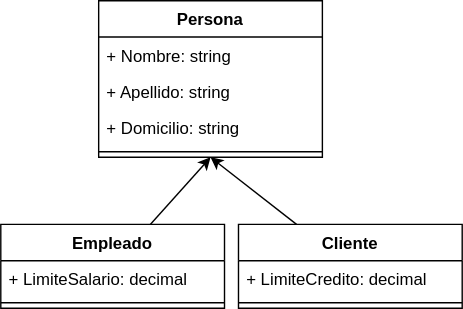
ChengLeonardo/Cheng_Leonardo_Laboratorio2024 keeps this draw.io diagram as Actividad6/Biblioteca/Empresa.drawio.svg. Above is the earlier version. Source tidied: cells renumbered, new cells last; positions are measured from the earlier drawing's top-left corner, leaving out a move shared by most shapes.
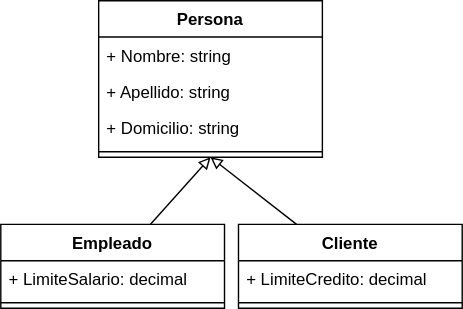
The same diagram one commit later.

Diff of the diagram source:
```diff
@@ -2,7 +2,7 @@
   <root>
     <mxCell id="0" />
     <mxCell id="1" parent="0" />
-    <mxCell id="2" style="edgeStyle=none;html=1;entryX=0.5;entryY=1;entryDx=0;entryDy=0;" parent="1" edge="1" source="3" target="10">
+    <mxCell id="2" style="edgeStyle=none;html=1;entryX=0.5;entryY=1;entryDx=0;entryDy=0;endArrow=block;endFill=0;" parent="1" edge="1" source="3" target="10">
       <mxGeometry relative="1" as="geometry" />
     </mxCell>
     <mxCell id="3" value="Cliente" style="swimlane;fontStyle=1;align=center;verticalAlign=top;horizontal=1;startSize=26;" parent="1" vertex="1">
@@ -14,7 +14,7 @@
     <mxCell id="5" style="line;strokeWidth=1;fillColor=none;align=left;verticalAlign=middle;spacingTop=-1;spacingLeft=3;spacingRight=3;labelPosition=right;strokeColor=inherit;" parent="3" vertex="1">
       <mxGeometry y="52" width="160" height="8" as="geometry" />
     </mxCell>
-    <mxCell id="6" style="edgeStyle=none;html=1;entryX=0.5;entryY=1;entryDx=0;entryDy=0;" parent="1" edge="1" source="7" target="10">
+    <mxCell id="6" style="edgeStyle=none;html=1;entryX=0.5;entryY=1;entryDx=0;entryDy=0;endArrow=block;endFill=0;" parent="1" edge="1" source="7" target="10">
       <mxGeometry relative="1" as="geometry" />
     </mxCell>
     <mxCell id="7" value="Empleado" style="swimlane;fontStyle=1;align=center;verticalAlign=top;horizontal=1;startSize=26;" parent="1" vertex="1">
```
